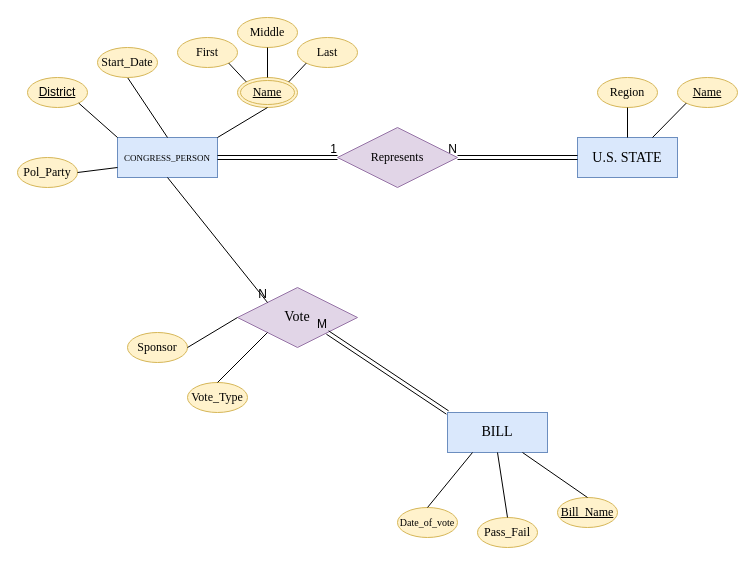
Before: US_HouseofReps_ER.drawio in cameron-ellis/US-HouseofReps-ER, a draw.io diagram. Source tidied: cells renumbered, new cells numbered last; positions are measured from the earlier drawing's top-left corner, leaving out a move shared by most shapes. Both pictures are drawn from the tidied source at 100%, with x=0, y=0 at pixel (17, 17).
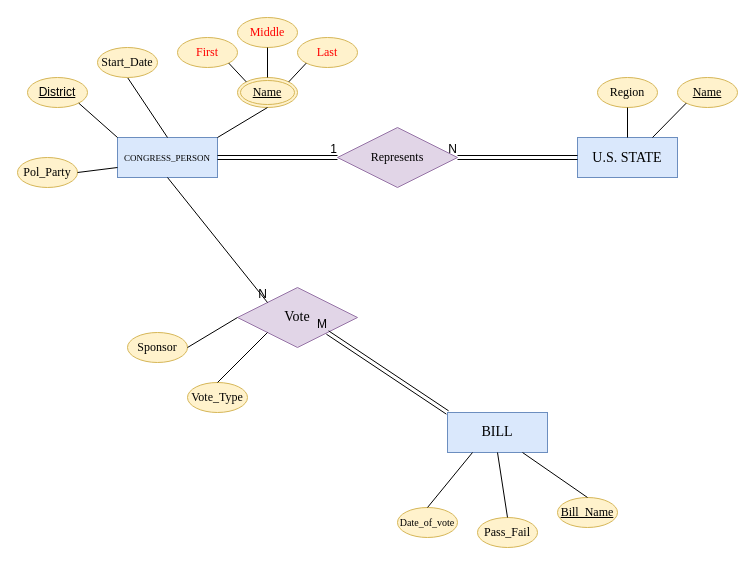
After the change.

Commit message:
change CONGRESS_PERSON name multivalues to red font

Diff of the diagram source:
```diff
@@
-    <mxCell id="10" value="&lt;font face=&quot;Times New Roman&quot;&gt;First&lt;/font&gt;" style="ellipse;whiteSpace=wrap;html=1;strokeColor=#d6b656;fillColor=#fff2cc;" parent="1" vertex="1">
+    <mxCell id="10" value="&lt;font face=&quot;Times New Roman&quot; color=&quot;#ff0000&quot;&gt;First&lt;/font&gt;" style="ellipse;whiteSpace=wrap;html=1;strokeColor=#d6b656;fillColor=#fff2cc;" parent="1" vertex="1">
       <mxGeometry x="160" y="20" width="60" height="30" as="geometry" />
     </mxCell>
-    <mxCell id="11" value="&lt;font face=&quot;Times New Roman&quot;&gt;Middle&lt;/font&gt;" style="ellipse;whiteSpace=wrap;html=1;strokeColor=#d6b656;fillColor=#fff2cc;" parent="1" vertex="1">
+    <mxCell id="11" value="&lt;font face=&quot;Times New Roman&quot; color=&quot;#ff0000&quot;&gt;Middle&lt;/font&gt;" style="ellipse;whiteSpace=wrap;html=1;strokeColor=#d6b656;fillColor=#fff2cc;" parent="1" vertex="1">
       <mxGeometry x="220" width="60" height="30" as="geometry" />
     </mxCell>
-    <mxCell id="12" value="&lt;font face=&quot;Times New Roman&quot;&gt;Last&lt;/font&gt;" style="ellipse;whiteSpace=wrap;html=1;strokeColor=#d6b656;fillColor=#fff2cc;" parent="1" vertex="1">
+    <mxCell id="12" value="&lt;font face=&quot;Times New Roman&quot; color=&quot;#ff0000&quot;&gt;Last&lt;/font&gt;" style="ellipse;whiteSpace=wrap;html=1;strokeColor=#d6b656;fillColor=#fff2cc;" parent="1" vertex="1">
       <mxGeometry x="280" y="20" width="60" height="30" as="geometry" />
     </mxCell>
```
